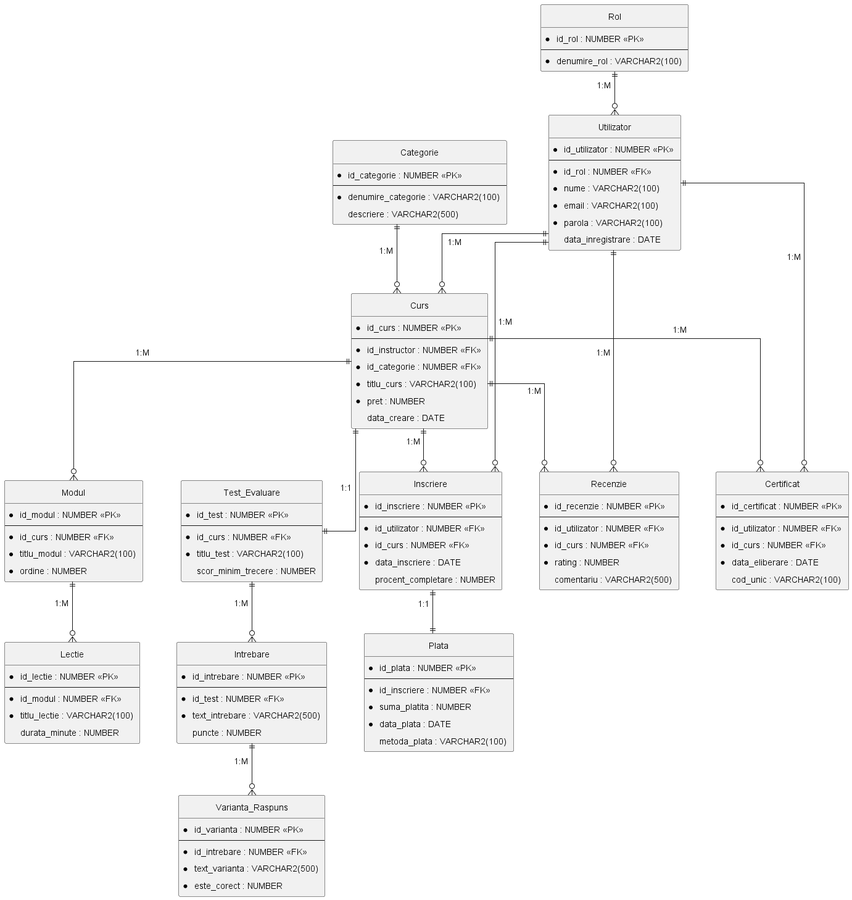
Earlier version of the PlantUML export out/diagrama_conceptuala/diagrama_conceptuala.png (Teooo28/e-learning-database-sql).
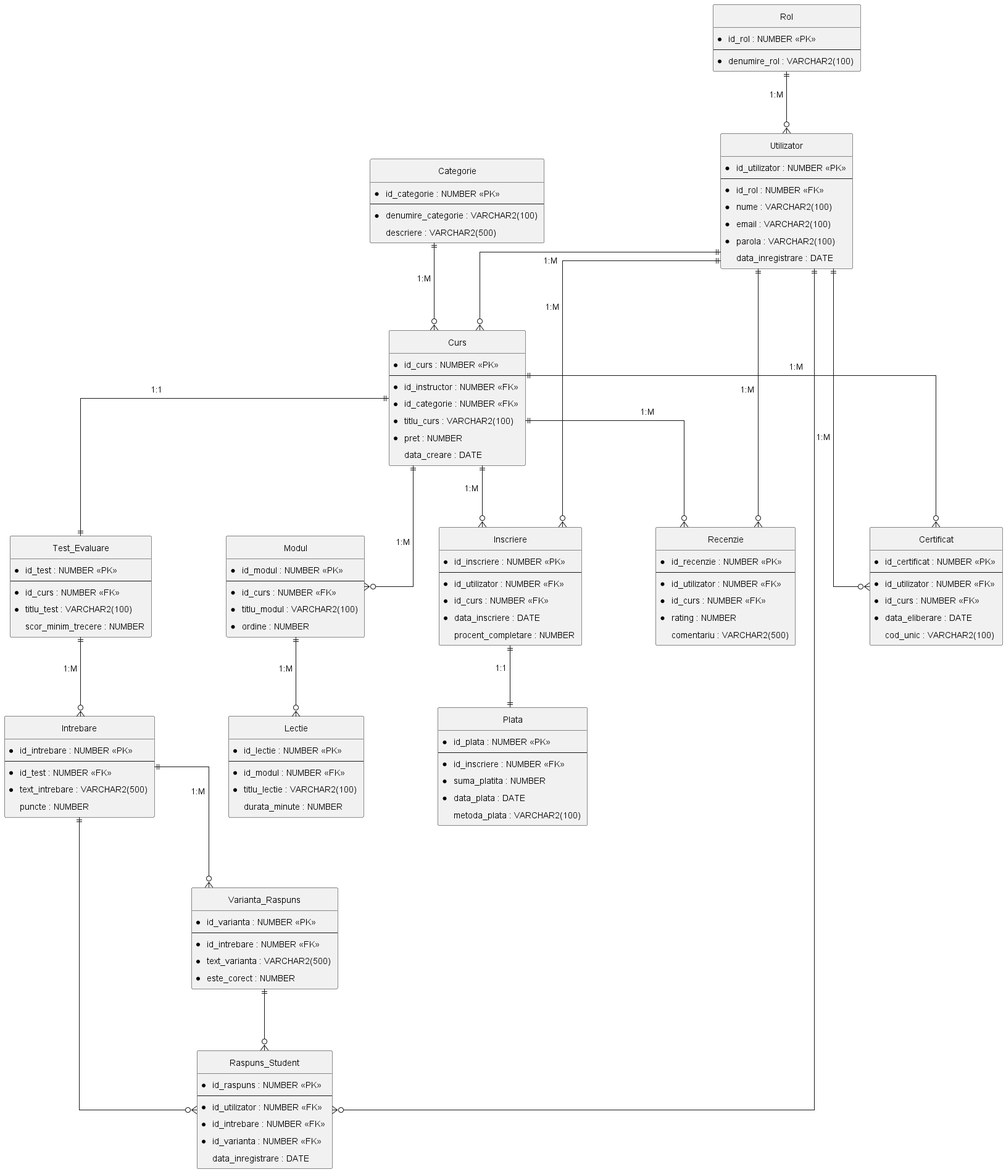
Later version of the same file.

Commit message:
Adaugare tabel Raspuns_Student pentru indeplinirea cerintei de relatie cu grad superior (>2)

The edit, as a diff of the source:
```diff
@@ -1,8 +1,8 @@
 @startuml diagrama_conceptuala
 hide circle
 skinparam linetype ortho
-skinparam nodesep 60
-skinparam ranksep 70
+skinparam nodesep 120
+skinparam ranksep 100
 skinparam padding 5
 
 entity "Rol" {
@@ -105,6 +105,15 @@
   * este_corect : NUMBER
 }
 
+entity "Raspuns_Student" {
+  * id_raspuns : NUMBER <<PK>>
+  --
+  * id_utilizator : NUMBER <<FK>>
+  * id_intrebare : NUMBER <<FK>>
+  * id_varianta : NUMBER <<FK>>
+  data_inregistrare : DATE
+}
+
 entity "Certificat" {
   * id_certificat : NUMBER <<PK>>
   --
@@ -135,4 +144,8 @@
 Utilizator ||--o{ Certificat : "1:M"
 Curs ||--o{ Certificat : "1:M"
 
+Utilizator ||--o{ Raspuns_Student
+Intrebare ||--o{ Raspuns_Student
+Varianta_Raspuns ||--o{ Raspuns_Student
+
 @enduml
```
